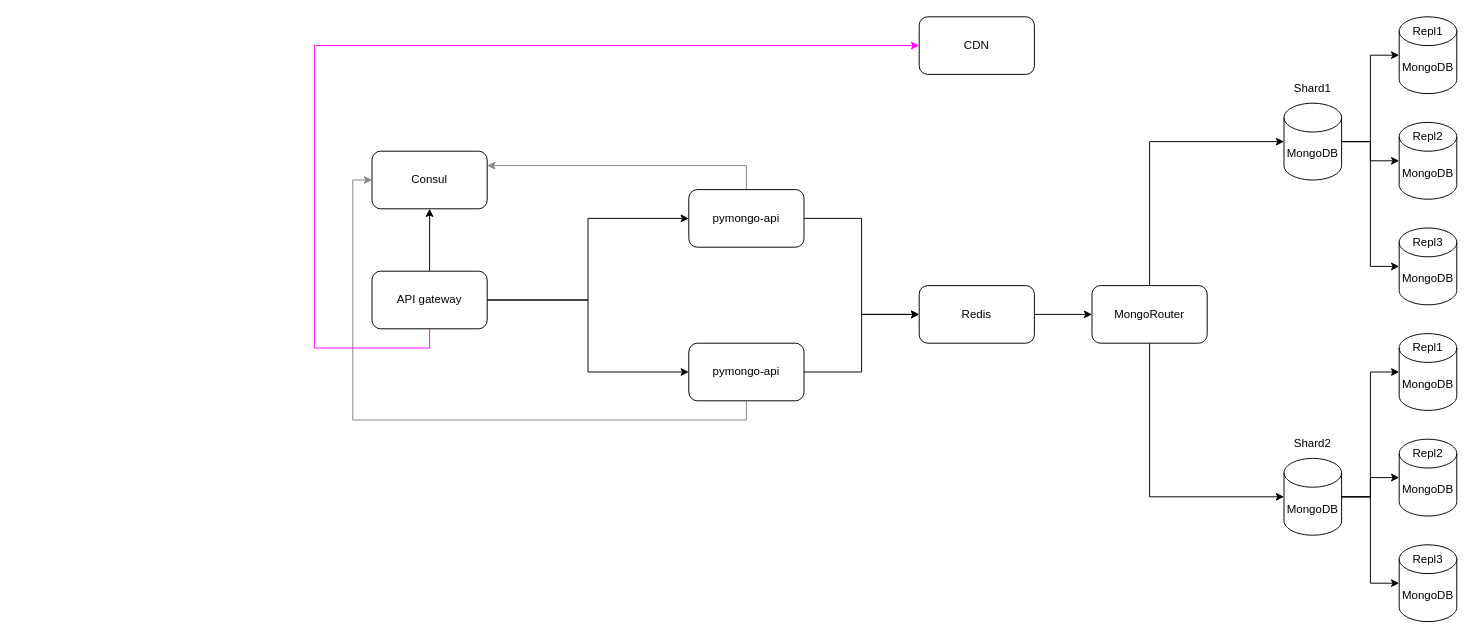
VisTzz/architecture-sprint-2 keeps this draw.io diagram as task1.drawio. Above is the earlier version. Source tidied: cells renumbered, new cells numbered last; positions are measured from the earlier drawing's top-left corner, leaving out a move shared by most shapes. Both pictures are drawn from the tidied source at 96%, with x=0, y=0 at pixel (314, 16).
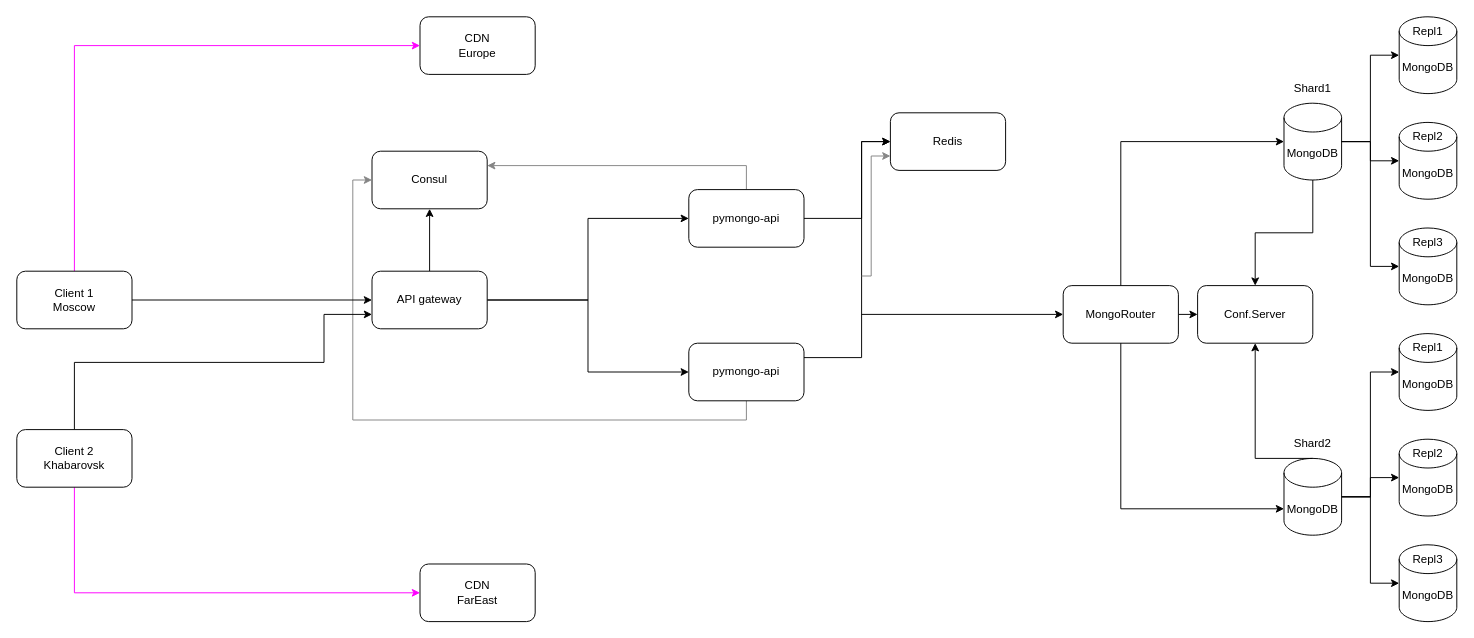
Above is the later version.

The change refers to these unchanged cells:
```xml
<mxCell id="3" value="MongoDB" style="shape=cylinder3;whiteSpace=wrap;html=1;boundedLbl=1;backgroundOutline=1;size=15;" parent="1" vertex="1">
  <mxGeometry x="1010" y="460" width="60" height="80" as="geometry" />
</mxCell>
<mxCell id="6" value="pymongo-api" style="rounded=1;whiteSpace=wrap;html=1;" parent="1" vertex="1">
  <mxGeometry x="390" y="340" width="120" height="60" as="geometry" />
</mxCell>
<mxCell id="8" value="MongoDB" style="shape=cylinder3;whiteSpace=wrap;html=1;boundedLbl=1;backgroundOutline=1;size=15;" parent="1" vertex="1">
  <mxGeometry x="1010" y="90" width="60" height="80" as="geometry" />
</mxCell>
<mxCell id="11" value="Shard2" style="text;html=1;align=center;verticalAlign=middle;whiteSpace=wrap;rounded=0;" parent="1" vertex="1">
  <mxGeometry x="1010" y="430" width="60" height="30" as="geometry" />
</mxCell>
<mxCell id="35" value="pymongo-api" style="rounded=1;whiteSpace=wrap;html=1;" parent="1" vertex="1">
  <mxGeometry x="390" y="180" width="120" height="60" as="geometry" />
</mxCell>
<mxCell id="40" value="API gateway" style="rounded=1;whiteSpace=wrap;html=1;" parent="1" vertex="1">
  <mxGeometry x="60" y="265" width="120" height="60" as="geometry" />
</mxCell>
```

The edit, as a diff of the source:
```diff
@@
+    <mxCell id="42" style="edgeStyle=orthogonalEdgeStyle;rounded=0;jettySize=auto;html=1;entryX=0;entryY=0.5;entryDx=0;entryDy=0;" parent="1" edge="1" target="31">
+      <mxGeometry relative="1" as="geometry">
+        <mxPoint x="570" y="310" as="sourcePoint" />
+        <Array as="points">
+          <mxPoint x="570" y="310" />
+        </Array>
+      </mxGeometry>
+    </mxCell>
-    <mxCell id="5" style="edgeStyle=orthogonalEdgeStyle;rounded=0;jettySize=auto;html=1;exitX=1;exitY=0.5;exitDx=0;exitDy=0;entryX=0;entryY=0.5;entryDx=0;entryDy=0;" parent="1" edge="1" source="6" target="30">
-      <mxGeometry relative="1" as="geometry" />
+    <mxCell id="5" style="edgeStyle=orthogonalEdgeStyle;rounded=0;jettySize=auto;html=1;exitX=1;exitY=0.25;exitDx=0;exitDy=0;entryX=0;entryY=0.5;entryDx=0;entryDy=0;" parent="1" edge="1" source="6" target="30">
+      <mxGeometry relative="1" as="geometry">
+        <Array as="points">
+          <mxPoint x="570" y="355" />
+          <mxPoint x="570" y="130" />
+        </Array>
+      </mxGeometry>
     </mxCell>
+    <mxCell id="43" style="edgeStyle=orthogonalEdgeStyle;rounded=0;jettySize=auto;html=1;entryX=0;entryY=0.75;entryDx=0;entryDy=0;strokeColor=#858585;align=center;verticalAlign=middle;fontFamily=Helvetica;fontSize=11;fontColor=default;labelBackgroundColor=default;endArrow=classic;" parent="1" edge="1" target="30">
+      <mxGeometry relative="1" as="geometry">
+        <mxPoint x="570" y="270" as="sourcePoint" />
+        <Array as="points">
+          <mxPoint x="580" y="270" />
+          <mxPoint x="580" y="145" />
+        </Array>
+      </mxGeometry>
+    </mxCell>
@@
-    <mxCell id="7" style="edgeStyle=orthogonalEdgeStyle;rounded=0;jettySize=auto;html=1;entryX=0;entryY=0.5;entryDx=0;entryDy=0;entryPerimeter=0;exitX=0.5;exitY=1;exitDx=0;exitDy=0;" parent="1" edge="1" source="31" target="3">
-      <mxGeometry relative="1" as="geometry" />
-    </mxCell>
+    <mxCell id="44" style="edgeStyle=orthogonalEdgeStyle;rounded=0;jettySize=auto;html=1;exitX=0.5;exitY=1;exitDx=0;exitDy=0;exitPerimeter=0;entryX=0.5;entryY=0;entryDx=0;entryDy=0;" parent="1" edge="1" source="8" target="47">
+      <mxGeometry relative="1" as="geometry" />
+    </mxCell>
@@
-    <mxCell id="9" style="edgeStyle=orthogonalEdgeStyle;rounded=0;jettySize=auto;html=1;entryX=0;entryY=0.5;entryDx=0;entryDy=0;entryPerimeter=0;exitX=0.5;exitY=0;exitDx=0;exitDy=0;" parent="1" edge="1" source="31" target="8">
-      <mxGeometry relative="1" as="geometry" />
-    </mxCell>
@@
+    <mxCell id="45" style="edgeStyle=orthogonalEdgeStyle;rounded=0;jettySize=auto;html=1;exitX=0.5;exitY=1;exitDx=0;exitDy=0;entryX=0.5;entryY=1;entryDx=0;entryDy=0;" parent="1" edge="1" source="11" target="47">
+      <mxGeometry relative="1" as="geometry">
+        <Array as="points">
+          <mxPoint x="980" y="460" />
+        </Array>
+      </mxGeometry>
+    </mxCell>
@@
-    <mxCell id="29" style="edgeStyle=orthogonalEdgeStyle;rounded=0;jettySize=auto;html=1;exitX=1;exitY=0.5;exitDx=0;exitDy=0;entryX=0;entryY=0.5;entryDx=0;entryDy=0;" parent="1" edge="1" source="30" target="31">
-      <mxGeometry relative="1" as="geometry" />
-    </mxCell>
     <mxCell id="30" value="Redis" style="rounded=1;whiteSpace=wrap;html=1;" parent="1" vertex="1">
-      <mxGeometry x="630" y="280" width="120" height="60" as="geometry" />
+      <mxGeometry x="600" y="100" width="120" height="60" as="geometry" />
     </mxCell>
+    <mxCell id="46" style="edgeStyle=orthogonalEdgeStyle;rounded=0;jettySize=auto;html=1;exitX=1;exitY=0.5;exitDx=0;exitDy=0;entryX=0;entryY=0.5;entryDx=0;entryDy=0;" parent="1" edge="1" source="31" target="47">
+      <mxGeometry relative="1" as="geometry" />
+    </mxCell>
     <mxCell id="31" value="MongoRouter" style="rounded=1;whiteSpace=wrap;html=1;" parent="1" vertex="1">
-      <mxGeometry x="810" y="280" width="120" height="60" as="geometry" />
+      <mxGeometry x="780" y="280" width="120" height="60" as="geometry" />
     </mxCell>
@@
     <mxCell id="34" style="edgeStyle=orthogonalEdgeStyle;rounded=0;jettySize=auto;html=1;exitX=1;exitY=0.5;exitDx=0;exitDy=0;entryX=0;entryY=0.5;entryDx=0;entryDy=0;" parent="1" edge="1" source="35" target="30">
-      <mxGeometry relative="1" as="geometry" />
+      <mxGeometry relative="1" as="geometry">
+        <Array as="points">
+          <mxPoint x="570" y="210" />
+          <mxPoint x="570" y="130" />
+        </Array>
+      </mxGeometry>
     </mxCell>
@@
-    <mxCell id="39" style="edgeStyle=orthogonalEdgeStyle;rounded=0;jettySize=auto;html=1;exitX=0.5;exitY=1;exitDx=0;exitDy=0;entryX=0;entryY=0.5;entryDx=0;entryDy=0;strokeColor=#FF00FF;" parent="1" edge="1" source="40" target="41">
+    <mxCell id="39" style="edgeStyle=orthogonalEdgeStyle;rounded=0;jettySize=auto;html=1;exitX=0.5;exitY=0;exitDx=0;exitDy=0;entryX=0;entryY=0.5;entryDx=0;entryDy=0;strokeColor=#FF00FF;" parent="1" edge="1" source="49" target="41">
       <mxGeometry relative="1" as="geometry">
         <Array as="points">
-          <mxPoint x="120" y="345" />
-          <mxPoint y="345" />
-          <mxPoint y="30" />
+          <mxPoint x="-250" y="30" />
         </Array>
       </mxGeometry>
     </mxCell>
@@
-    <mxCell id="41" value="CDN" style="rounded=1;whiteSpace=wrap;html=1;" parent="1" vertex="1">
-      <mxGeometry x="630" width="120" height="60" as="geometry" />
+    <mxCell id="41" value="CDN&lt;div&gt;Europe&lt;/div&gt;" style="rounded=1;whiteSpace=wrap;html=1;" parent="1" vertex="1">
+      <mxGeometry x="110" width="120" height="60" as="geometry" />
     </mxCell>
+    <mxCell id="47" value="Conf.Server" style="rounded=1;whiteSpace=wrap;html=1;" parent="1" vertex="1">
+      <mxGeometry x="920" y="280" width="120" height="60" as="geometry" />
+    </mxCell>
+    <mxCell id="9" style="edgeStyle=orthogonalEdgeStyle;rounded=0;jettySize=auto;html=1;exitX=0.5;exitY=0;exitDx=0;exitDy=0;entryX=0;entryY=0.5;entryDx=0;entryDy=0;entryPerimeter=0;" parent="1" edge="1" source="31" target="8">
+      <mxGeometry relative="1" as="geometry" />
+    </mxCell>
+    <mxCell id="7" style="edgeStyle=orthogonalEdgeStyle;rounded=0;jettySize=auto;html=1;exitX=0.5;exitY=1;exitDx=0;exitDy=0;entryX=0;entryY=0;entryDx=0;entryDy=52.5;entryPerimeter=0;" parent="1" edge="1" source="31" target="3">
+      <mxGeometry relative="1" as="geometry" />
+    </mxCell>
+    <mxCell id="48" style="edgeStyle=orthogonalEdgeStyle;rounded=0;jettySize=auto;html=1;exitX=1;exitY=0.5;exitDx=0;exitDy=0;entryX=0;entryY=0.5;entryDx=0;entryDy=0;" parent="1" edge="1" source="49" target="40">
+      <mxGeometry relative="1" as="geometry" />
+    </mxCell>
+    <mxCell id="49" value="Client 1&lt;div&gt;Moscow&lt;/div&gt;" style="rounded=1;whiteSpace=wrap;html=1;" parent="1" vertex="1">
+      <mxGeometry x="-310" y="265" width="120" height="60" as="geometry" />
+    </mxCell>
+    <mxCell id="50" style="edgeStyle=orthogonalEdgeStyle;rounded=0;jettySize=auto;html=1;exitX=0.5;exitY=1;exitDx=0;exitDy=0;entryX=0;entryY=0.5;entryDx=0;entryDy=0;strokeColor=#FF00FF;align=center;verticalAlign=middle;fontFamily=Helvetica;fontSize=11;fontColor=default;labelBackgroundColor=default;endArrow=classic;" parent="1" edge="1" source="52" target="53">
+      <mxGeometry relative="1" as="geometry" />
+    </mxCell>
+    <mxCell id="51" style="edgeStyle=orthogonalEdgeStyle;rounded=0;jettySize=auto;html=1;exitX=0.5;exitY=0;exitDx=0;exitDy=0;" parent="1" edge="1" source="52" target="40">
+      <mxGeometry relative="1" as="geometry">
+        <Array as="points">
+          <mxPoint x="-250" y="360" />
+          <mxPoint x="10" y="360" />
+          <mxPoint x="10" y="310" />
+        </Array>
+      </mxGeometry>
+    </mxCell>
+    <mxCell id="52" value="Client 2&lt;div&gt;Khabarovsk&lt;/div&gt;" style="rounded=1;whiteSpace=wrap;html=1;" parent="1" vertex="1">
+      <mxGeometry x="-310" y="430" width="120" height="60" as="geometry" />
+    </mxCell>
+    <mxCell id="53" value="CDN&lt;br&gt;FarEast" style="rounded=1;whiteSpace=wrap;html=1;" parent="1" vertex="1">
+      <mxGeometry x="110" y="570" width="120" height="60" as="geometry" />
+    </mxCell>
```
